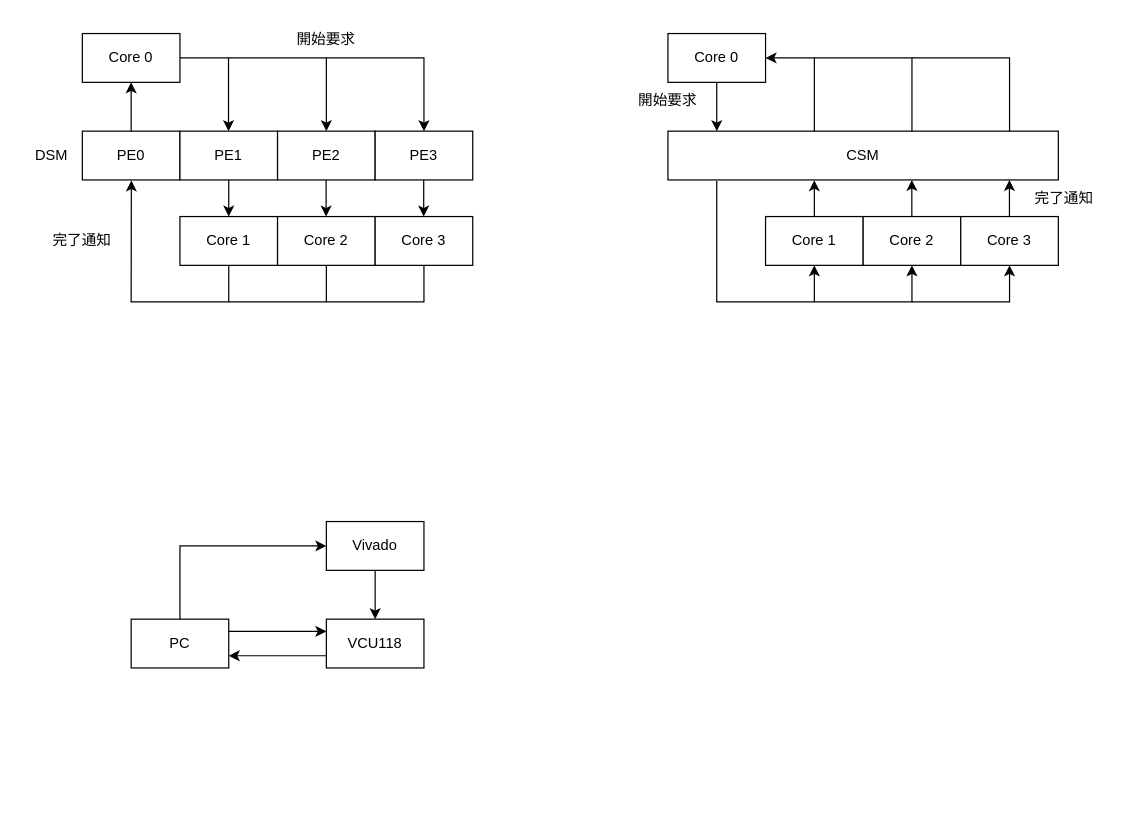
Before: マルチコア同期.drawio in 21km43/drawio, a draw.io diagram. Source tidied: cells renumbered, new cells numbered last; positions are measured from the earlier drawing's top-left corner, leaving out a move shared by most shapes. Both pictures are drawn from the tidied source at 122%, with x=0, y=0 at pixel (21, 21).
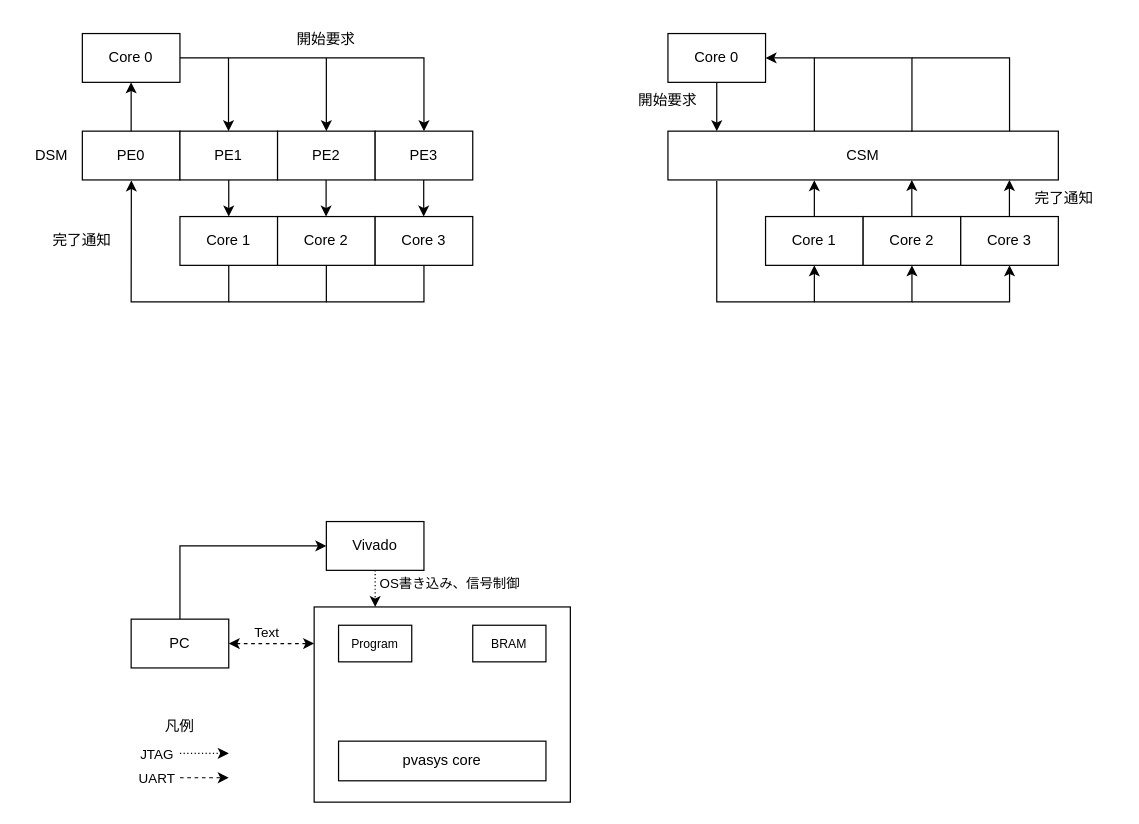
Above is the later version.

Commit message:
マルチコア同期.drawio を更新します

Unchanged cells that the change refers to:
```xml
<mxCell id="42" value="Vivado" style="rounded=0;whiteSpace=wrap;html=1;" parent="1" vertex="1">
  <mxGeometry x="250" y="410" width="80" height="40" as="geometry" />
</mxCell>
<mxCell id="44" value="PC" style="rounded=0;whiteSpace=wrap;html=1;" parent="1" vertex="1">
  <mxGeometry x="90" y="490" width="80" height="40" as="geometry" />
</mxCell>
```

The edit, as a diff of the source:
```diff
@@
+    <mxCell id="47" style="rounded=0;whiteSpace=wrap;html=1;labelPosition=right;verticalLabelPosition=bottom;align=left;verticalAlign=top;fontStyle=0;horizontal=1;" parent="1" vertex="1">
+      <mxGeometry x="240" y="480" width="210" height="160" as="geometry" />
+    </mxCell>
@@
-    <mxCell id="40" value="VCU118" style="rounded=0;whiteSpace=wrap;html=1;" parent="1" vertex="1">
-      <mxGeometry x="250" y="490" width="80" height="40" as="geometry" />
-    </mxCell>
-    <mxCell id="41" style="edgeStyle=orthogonalEdgeStyle;rounded=0;jettySize=auto;html=1;exitX=0.5;exitY=1;exitDx=0;exitDy=0;" parent="1" edge="1" source="42" target="40">
-      <mxGeometry relative="1" as="geometry" />
+    <mxCell id="41" style="edgeStyle=orthogonalEdgeStyle;rounded=0;jettySize=auto;html=1;exitX=0.5;exitY=1;exitDx=0;exitDy=0;curved=0;dashed=1;dashPattern=1 2;" parent="1" edge="1" source="42">
+      <mxGeometry relative="1" as="geometry">
+        <mxPoint x="290" y="480" as="targetPoint" />
+        <Array as="points">
+          <mxPoint x="290" y="470" />
+          <mxPoint x="290" y="470" />
+        </Array>
+      </mxGeometry>
     </mxCell>
+    <mxCell id="48" value="OS書き込み、信号制御" style="edgeLabel;html=1;align=center;verticalAlign=middle;" parent="41" vertex="1">
+      <mxGeometry x="-0.52" y="1" relative="1" as="geometry">
+        <mxPoint x="59" y="3" as="offset" />
+      </mxGeometry>
+    </mxCell>
@@
-    <mxCell id="45" style="endArrow=classic;html=1;rounded=0;exitX=1;exitY=0.25;exitDx=0;exitDy=0;entryX=0;entryY=0.25;entryDx=0;entryDy=0;" parent="1" edge="1" source="44" target="40">
-      <mxGeometry relative="1" as="geometry" />
-    </mxCell>
-    <mxCell id="46" style="endArrow=classic;html=1;rounded=0;exitX=0;exitY=0.75;exitDx=0;exitDy=0;entryX=1;entryY=0.75;entryDx=0;entryDy=0;" parent="1" edge="1" source="40" target="44">
-      <mxGeometry relative="1" as="geometry" />
-    </mxCell>
+    <mxCell id="49" value="&lt;font style=&quot;font-size: 10px;&quot;&gt;BRAM&lt;/font&gt;" style="rounded=0;whiteSpace=wrap;html=1;" parent="1" vertex="1">
+      <mxGeometry x="370" y="495" width="60" height="30" as="geometry" />
+    </mxCell>
+    <mxCell id="50" style="endArrow=classic;html=1;rounded=0;dashed=1;dashPattern=1 2;" parent="1" edge="1">
+      <mxGeometry relative="1" as="geometry">
+        <mxPoint x="130" y="600" as="sourcePoint" />
+        <mxPoint x="170" y="600" as="targetPoint" />
+      </mxGeometry>
+    </mxCell>
+    <mxCell id="51" value="JTAG" style="edgeLabel;html=1;align=center;verticalAlign=middle;" parent="50" vertex="1">
+      <mxGeometry x="0.36" y="-1" relative="1" as="geometry">
+        <mxPoint x="-47" y="-1" as="offset" />
+      </mxGeometry>
+    </mxCell>
+    <mxCell id="52" value="凡例" style="text;strokeColor=none;align=center;fillColor=none;html=1;verticalAlign=middle;whiteSpace=wrap;rounded=0;" parent="1" vertex="1">
+      <mxGeometry x="115" y="570" width="30" height="15" as="geometry" />
+    </mxCell>
+    <mxCell id="53" style="endArrow=classic;html=1;rounded=0;dashed=1;" parent="1" edge="1">
+      <mxGeometry relative="1" as="geometry">
+        <mxPoint x="130" y="620" as="sourcePoint" />
+        <mxPoint x="170" y="620" as="targetPoint" />
+      </mxGeometry>
+    </mxCell>
+    <mxCell id="54" value="&lt;div&gt;UART&lt;/div&gt;" style="edgeLabel;html=1;align=center;verticalAlign=middle;" parent="53" vertex="1">
+      <mxGeometry x="-0.03" y="-1" relative="1" as="geometry">
+        <mxPoint x="-39" y="-1" as="offset" />
+      </mxGeometry>
+    </mxCell>
+    <mxCell id="55" value="pvasys core" style="rounded=0;whiteSpace=wrap;html=1;" parent="1" vertex="1">
+      <mxGeometry x="260" y="590" width="170" height="32.5" as="geometry" />
+    </mxCell>
+    <mxCell id="56" style="endArrow=classic;startArrow=classic;html=1;rounded=0;exitX=1;exitY=0.5;exitDx=0;exitDy=0;dashed=1;" parent="1" edge="1" source="44">
+      <mxGeometry relative="1" as="geometry">
+        <mxPoint x="240" y="510" as="targetPoint" />
+      </mxGeometry>
+    </mxCell>
+    <mxCell id="57" value="Text" style="edgeLabel;html=1;align=center;verticalAlign=middle;" parent="56" vertex="1">
+      <mxGeometry x="0.05" relative="1" as="geometry">
+        <mxPoint x="-7" y="-10" as="offset" />
+      </mxGeometry>
+    </mxCell>
+    <mxCell id="58" value="&lt;font size=&quot;1&quot;&gt;Program&lt;/font&gt;" style="rounded=0;whiteSpace=wrap;html=1;" parent="1" vertex="1">
+      <mxGeometry x="260" y="495" width="60" height="30" as="geometry" />
+    </mxCell>
```
